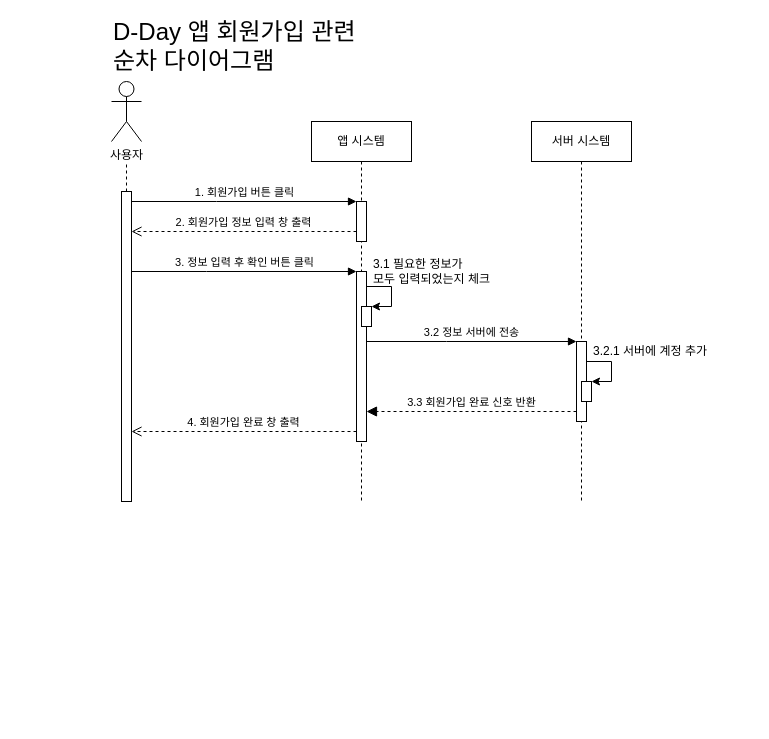
This is sequence diagram - register.drawio from baechuTree/softwareEngineering, a draw.io file, before an edit. Source tidied: cells renumbered, new cells numbered last; positions are measured from the earlier drawing's top-left corner, leaving out a move shared by most shapes. Both pictures are drawn from the tidied source at 100%, with x=0, y=0 at pixel (111, 31).
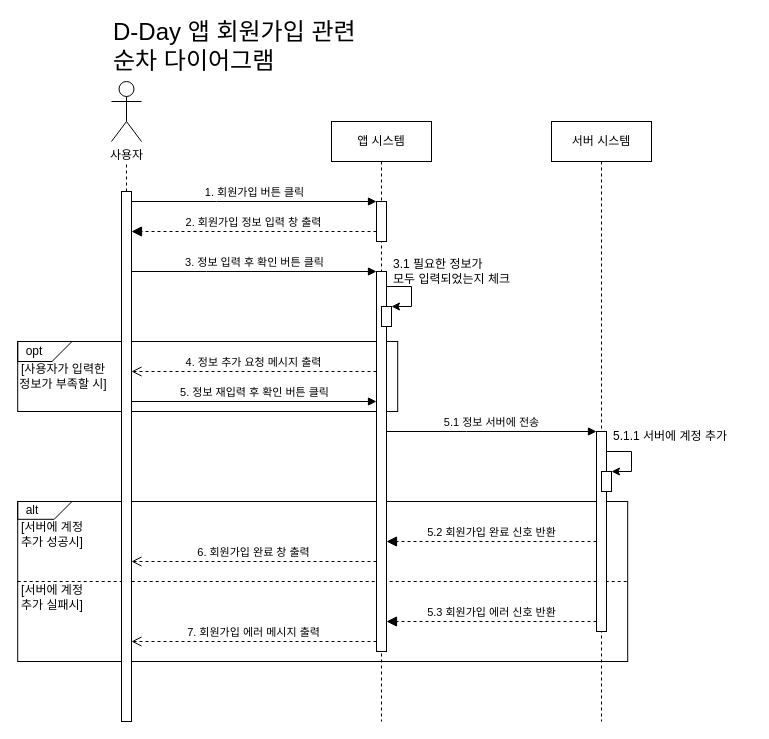
After the change.

Unchanged cells that the change refers to:
```xml
<mxCell id="13" style="html=1;points=[];perimeter=orthogonalPerimeter;outlineConnect=0;targetShapes=umlLifeline;portConstraint=eastwest;newEdgeStyle={&quot;edgeStyle&quot;:&quot;elbowEdgeStyle&quot;,&quot;elbow&quot;:&quot;vertical&quot;,&quot;curved&quot;:0,&quot;rounded&quot;:0};" parent="12" vertex="1">
  <mxGeometry x="45" y="80" width="10" height="40" as="geometry" />
</mxCell>
```

The edit, as a diff of the source:
```diff
@@
+    <mxCell id="23" style="group;" parent="1" vertex="1">
+      <mxGeometry x="-93.8" y="310" width="380" height="70" as="geometry" />
+    </mxCell>
+    <mxCell id="24" style="rounded=0;whiteSpace=wrap;html=1;fillColor=none;" parent="23" vertex="1">
+      <mxGeometry width="380" height="70" as="geometry" />
+    </mxCell>
+    <mxCell id="25" value="&amp;nbsp; opt" style="shape=card;whiteSpace=wrap;html=1;direction=west;size=20;fillColor=none;align=left;" parent="23" vertex="1">
+      <mxGeometry width="54.3" height="20" as="geometry" />
+    </mxCell>
+    <mxCell id="26" value="[사용자가 입력한&lt;div&gt;정보가 부족할 시]&lt;/div&gt;" style="text;html=1;align=center;verticalAlign=middle;whiteSpace=wrap;rounded=0;" parent="23" vertex="1">
+      <mxGeometry y="20" width="92.4" height="30" as="geometry" />
+    </mxCell>
+    <mxCell id="27" style="group;" parent="1" vertex="1">
+      <mxGeometry x="-93.8" y="470" width="610" height="160" as="geometry" />
+    </mxCell>
+    <mxCell id="28" style="rounded=0;whiteSpace=wrap;html=1;fillColor=none;" parent="27" vertex="1">
+      <mxGeometry width="610" height="160" as="geometry" />
+    </mxCell>
+    <mxCell id="29" value="&amp;nbsp; alt" style="shape=card;whiteSpace=wrap;html=1;direction=west;size=20;fillColor=none;align=left;" parent="27" vertex="1">
+      <mxGeometry width="54.3" height="17.8" as="geometry" />
+    </mxCell>
+    <mxCell id="30" value="[서버에 계정&lt;div&gt;&lt;span style=&quot;background-color: transparent; color: light-dark(rgb(0, 0, 0), rgb(255, 255, 255));&quot;&gt;추가 성공시]&lt;/span&gt;&lt;/div&gt;" style="text;html=1;align=center;verticalAlign=middle;whiteSpace=wrap;rounded=0;" parent="27" vertex="1">
+      <mxGeometry y="17.8" width="70" height="31.1" as="geometry" />
+    </mxCell>
+    <mxCell id="31" style="endArrow=none;dashed=1;html=1;rounded=0;exitX=0;exitY=0.5;exitDx=0;exitDy=0;entryX=1;entryY=0.5;entryDx=0;entryDy=0;" parent="27" edge="1" source="28" target="28">
+      <mxGeometry relative="1" as="geometry" />
+    </mxCell>
+    <mxCell id="32" value="[서버에 계정&lt;div&gt;&lt;span style=&quot;background-color: transparent; color: light-dark(rgb(0, 0, 0), rgb(255, 255, 255));&quot;&gt;추가 실패시]&lt;/span&gt;&lt;/div&gt;" style="text;html=1;align=center;verticalAlign=middle;whiteSpace=wrap;rounded=0;" parent="27" vertex="1">
+      <mxGeometry y="80" width="70" height="31.1" as="geometry" />
+    </mxCell>
+    <mxCell id="18" value="서버 시스템" style="shape=umlLifeline;perimeter=lifelinePerimeter;whiteSpace=wrap;html=1;newEdgeStyle={&quot;edgeStyle&quot;:&quot;elbowEdgeStyle&quot;,&quot;elbow&quot;:&quot;vertical&quot;,&quot;curved&quot;:0,&quot;rounded&quot;:0};" parent="1" vertex="1">
+      <mxGeometry x="440" y="90" width="100" height="600" as="geometry" />
+    </mxCell>
@@
-    <mxCell id="3" value="2. 회원가입 정보 입력 창 출력" style="html=1;verticalAlign=bottom;endArrow=open;dashed=1;endSize=8;edgeStyle=elbowEdgeStyle;elbow=vertical;curved=0;rounded=0;" parent="1" edge="1">
+    <mxCell id="3" value="2. 회원가입 정보 입력 창 출력" style="html=1;verticalAlign=bottom;endArrow=block;dashed=1;endSize=8;edgeStyle=elbowEdgeStyle;elbow=vertical;curved=0;rounded=0;endFill=1;" parent="1" edge="1" source="13">
       <mxGeometry relative="1" as="geometry">
-        <mxPoint x="245" y="200" as="sourcePoint" />
         <mxPoint x="20" y="200" as="targetPoint" />
         <Array as="points">
           <mxPoint x="115" y="200" />
         </Array>
       </mxGeometry>
     </mxCell>
@@
     <mxCell id="6" style="html=1;points=[];perimeter=orthogonalPerimeter;outlineConnect=0;targetShapes=umlLifeline;portConstraint=eastwest;newEdgeStyle={&quot;edgeStyle&quot;:&quot;elbowEdgeStyle&quot;,&quot;elbow&quot;:&quot;vertical&quot;,&quot;curved&quot;:0,&quot;rounded&quot;:0};" parent="1" vertex="1">
-      <mxGeometry x="10" y="160" width="10" height="310" as="geometry" />
+      <mxGeometry x="10" y="160" width="10" height="530" as="geometry" />
     </mxCell>
@@
-    <mxCell id="8" value="3. 정보 입력 후 확인 버튼 클릭" style="html=1;verticalAlign=bottom;endArrow=block;edgeStyle=elbowEdgeStyle;elbow=vertical;curved=0;rounded=0;" parent="1" edge="1">
+    <mxCell id="8" value="3. 정보 입력 후 확인 버튼 클릭" style="html=1;verticalAlign=bottom;endArrow=block;edgeStyle=elbowEdgeStyle;elbow=vertical;curved=0;rounded=0;" parent="1" edge="1" target="16">
       <mxGeometry relative="1" as="geometry">
         <mxPoint x="20" y="240" as="sourcePoint" />
-        <mxPoint x="245" y="240" as="targetPoint" />
         <Array as="points">
           <mxPoint x="95" y="240" />
         </Array>
       </mxGeometry>
     </mxCell>
-    <mxCell id="9" value="3.2 정보 서버에 전송" style="html=1;verticalAlign=bottom;endArrow=block;edgeStyle=elbowEdgeStyle;elbow=horizontal;curved=0;rounded=0;" parent="1" edge="1" source="16">
-      <mxGeometry relative="1" as="geometry">
-        <mxPoint x="465" y="310" as="targetPoint" />
-        <Array as="points">
-          <mxPoint x="335" y="310" />
-        </Array>
-      </mxGeometry>
-    </mxCell>
-    <mxCell id="10" value="4. 회원가입 완료 창 출력" style="html=1;verticalAlign=bottom;endArrow=open;dashed=1;endSize=8;edgeStyle=elbowEdgeStyle;elbow=vertical;curved=0;rounded=0;" parent="1" edge="1">
-      <mxGeometry relative="1" as="geometry">
-        <mxPoint x="245" y="400" as="sourcePoint" />
-        <mxPoint x="20" y="400" as="targetPoint" />
-        <Array as="points">
-          <mxPoint x="195" y="400" />
-        </Array>
-      </mxGeometry>
-    </mxCell>
-    <mxCell id="11" value="3.3 회원가입 완료 신호 반환" style="html=1;verticalAlign=bottom;endArrow=block;dashed=1;endSize=8;edgeStyle=elbowEdgeStyle;elbow=vertical;curved=0;rounded=0;endFill=1;" parent="1" edge="1" source="19" target="16">
-      <mxGeometry relative="1" as="geometry">
-        <Array as="points">
-          <mxPoint x="315" y="380" />
-        </Array>
-      </mxGeometry>
-    </mxCell>
     <mxCell id="12" value="앱 시스템" style="shape=umlLifeline;perimeter=lifelinePerimeter;whiteSpace=wrap;html=1;newEdgeStyle={&quot;edgeStyle&quot;:&quot;elbowEdgeStyle&quot;,&quot;elbow&quot;:&quot;vertical&quot;,&quot;curved&quot;:0,&quot;rounded&quot;:0};" parent="1" vertex="1">
-      <mxGeometry x="200" y="90" width="100" height="380" as="geometry" />
+      <mxGeometry x="220" y="90" width="100" height="600" as="geometry" />
     </mxCell>
@@
     <mxCell id="16" style="html=1;points=[];perimeter=orthogonalPerimeter;outlineConnect=0;targetShapes=umlLifeline;portConstraint=eastwest;newEdgeStyle={&quot;edgeStyle&quot;:&quot;elbowEdgeStyle&quot;,&quot;elbow&quot;:&quot;vertical&quot;,&quot;curved&quot;:0,&quot;rounded&quot;:0};" parent="12" vertex="1">
-      <mxGeometry x="45" y="150" width="10" height="170" as="geometry" />
+      <mxGeometry x="45" y="150" width="10" height="380" as="geometry" />
     </mxCell>
@@
-    <mxCell id="18" value="서버 시스템" style="shape=umlLifeline;perimeter=lifelinePerimeter;whiteSpace=wrap;html=1;newEdgeStyle={&quot;edgeStyle&quot;:&quot;elbowEdgeStyle&quot;,&quot;elbow&quot;:&quot;vertical&quot;,&quot;curved&quot;:0,&quot;rounded&quot;:0};" parent="1" vertex="1">
-      <mxGeometry x="420" y="90" width="100" height="380" as="geometry" />
-    </mxCell>
+    <mxCell id="9" value="5.1 정보 서버에 전송" style="html=1;verticalAlign=bottom;endArrow=block;edgeStyle=elbowEdgeStyle;elbow=horizontal;curved=0;rounded=0;" parent="12" edge="1">
+      <mxGeometry relative="1" as="geometry">
+        <mxPoint x="55" y="310" as="sourcePoint" />
+        <mxPoint x="265" y="310" as="targetPoint" />
+        <Array as="points">
+          <mxPoint x="135" y="310" />
+        </Array>
+      </mxGeometry>
+    </mxCell>
+    <mxCell id="11" value="5.2 회원가입 완료 신호 반환" style="html=1;verticalAlign=bottom;endArrow=block;dashed=1;endSize=8;edgeStyle=elbowEdgeStyle;elbow=vertical;curved=0;rounded=0;endFill=1;" parent="12" edge="1">
+      <mxGeometry relative="1" as="geometry">
+        <mxPoint x="265" y="420" as="sourcePoint" />
+        <mxPoint x="55" y="420" as="targetPoint" />
+        <Array as="points">
+          <mxPoint x="115" y="420" />
+        </Array>
+      </mxGeometry>
+    </mxCell>
+    <mxCell id="21" style="endArrow=classic;html=1;rounded=0;edgeStyle=orthogonalEdgeStyle;" parent="12" edge="1" target="22">
+      <mxGeometry relative="1" as="geometry">
+        <mxPoint x="275" y="330" as="sourcePoint" />
+        <Array as="points">
+          <mxPoint x="300" y="330" />
+          <mxPoint x="300" y="350" />
+        </Array>
+      </mxGeometry>
+    </mxCell>
+    <mxCell id="20" value="5.1.1 서버에 계정 추가" style="text;html=1;align=left;verticalAlign=middle;strokeColor=none;fillColor=none;" parent="12" vertex="1">
+      <mxGeometry x="280" y="300" width="140" height="30" as="geometry" />
+    </mxCell>
-    <mxCell id="19" style="html=1;points=[];perimeter=orthogonalPerimeter;outlineConnect=0;targetShapes=umlLifeline;portConstraint=eastwest;newEdgeStyle={&quot;edgeStyle&quot;:&quot;elbowEdgeStyle&quot;,&quot;elbow&quot;:&quot;vertical&quot;,&quot;curved&quot;:0,&quot;rounded&quot;:0};" parent="18" vertex="1">
-      <mxGeometry x="45" y="220" width="10" height="80" as="geometry" />
+    <mxCell id="19" style="html=1;points=[];perimeter=orthogonalPerimeter;outlineConnect=0;targetShapes=umlLifeline;portConstraint=eastwest;newEdgeStyle={&quot;edgeStyle&quot;:&quot;elbowEdgeStyle&quot;,&quot;elbow&quot;:&quot;vertical&quot;,&quot;curved&quot;:0,&quot;rounded&quot;:0};" parent="12" vertex="1">
+      <mxGeometry x="265" y="310" width="10" height="200" as="geometry" />
     </mxCell>
-    <mxCell id="20" value="3.2.1 서버에 계정 추가" style="text;html=1;align=left;verticalAlign=middle;strokeColor=none;fillColor=none;" parent="18" vertex="1">
-      <mxGeometry x="60" y="215" width="140" height="30" as="geometry" />
-    </mxCell>
-    <mxCell id="21" style="endArrow=classic;html=1;rounded=0;edgeStyle=orthogonalEdgeStyle;" parent="18" edge="1" target="22">
-      <mxGeometry relative="1" as="geometry">
-        <mxPoint x="55" y="240" as="sourcePoint" />
-        <Array as="points">
-          <mxPoint x="80" y="240" />
-          <mxPoint x="80" y="260" />
-        </Array>
-      </mxGeometry>
-    </mxCell>
-    <mxCell id="22" style="html=1;points=[];perimeter=orthogonalPerimeter;outlineConnect=0;targetShapes=umlLifeline;portConstraint=eastwest;newEdgeStyle={&quot;edgeStyle&quot;:&quot;elbowEdgeStyle&quot;,&quot;elbow&quot;:&quot;vertical&quot;,&quot;curved&quot;:0,&quot;rounded&quot;:0};" parent="18" vertex="1">
-      <mxGeometry x="50" y="260" width="10" height="20" as="geometry" />
+    <mxCell id="22" style="html=1;points=[];perimeter=orthogonalPerimeter;outlineConnect=0;targetShapes=umlLifeline;portConstraint=eastwest;newEdgeStyle={&quot;edgeStyle&quot;:&quot;elbowEdgeStyle&quot;,&quot;elbow&quot;:&quot;vertical&quot;,&quot;curved&quot;:0,&quot;rounded&quot;:0};" parent="12" vertex="1">
+      <mxGeometry x="270" y="350" width="10" height="20" as="geometry" />
     </mxCell>
+    <mxCell id="33" value="5. 정보 재입력 후 확인 버튼 클릭" style="html=1;verticalAlign=bottom;endArrow=block;edgeStyle=elbowEdgeStyle;elbow=vertical;curved=0;rounded=0;" parent="1" edge="1" source="6" target="16">
+      <mxGeometry relative="1" as="geometry">
+        <Array as="points">
+          <mxPoint x="82.5" y="370" />
+        </Array>
+      </mxGeometry>
+    </mxCell>
+    <mxCell id="34" value="4. 정보 추가 요청 메시지 출력" style="html=1;verticalAlign=bottom;endArrow=open;dashed=1;endSize=8;edgeStyle=elbowEdgeStyle;elbow=vertical;curved=0;rounded=0;endFill=0;" parent="1" edge="1" source="16" target="6">
+      <mxGeometry relative="1" as="geometry">
+        <Array as="points">
+          <mxPoint x="104.8" y="340" />
+        </Array>
+      </mxGeometry>
+    </mxCell>
+    <mxCell id="10" value="6. 회원가입 완료 창 출력" style="html=1;verticalAlign=bottom;endArrow=open;dashed=1;endSize=8;edgeStyle=elbowEdgeStyle;elbow=vertical;curved=0;rounded=0;" parent="1" edge="1">
+      <mxGeometry relative="1" as="geometry">
+        <mxPoint x="265" y="530" as="sourcePoint" />
+        <mxPoint x="20" y="530" as="targetPoint" />
+        <Array as="points">
+          <mxPoint x="250" y="530" />
+        </Array>
+      </mxGeometry>
+    </mxCell>
+    <mxCell id="35" value="5.3 회원가입&amp;nbsp;&lt;span style=&quot;background-color: light-dark(#ffffff, var(--ge-dark-color, #121212)); color: light-dark(rgb(0, 0, 0), rgb(255, 255, 255));&quot;&gt;에러 신호 반환&lt;/span&gt;" style="html=1;verticalAlign=bottom;endArrow=block;dashed=1;endSize=8;edgeStyle=elbowEdgeStyle;elbow=vertical;curved=0;rounded=0;endFill=1;" parent="1" edge="1">
+      <mxGeometry relative="1" as="geometry">
+        <mxPoint x="485" y="590" as="sourcePoint" />
+        <mxPoint x="275" y="590" as="targetPoint" />
+        <Array as="points">
+          <mxPoint x="335" y="590" />
+        </Array>
+      </mxGeometry>
+    </mxCell>
+    <mxCell id="36" value="7. 회원가입&amp;nbsp;&lt;span style=&quot;background-color: light-dark(#ffffff, var(--ge-dark-color, #121212)); color: light-dark(rgb(0, 0, 0), rgb(255, 255, 255));&quot;&gt;에러 메시지 출력&lt;/span&gt;" style="html=1;verticalAlign=bottom;endArrow=open;dashed=1;endSize=8;edgeStyle=elbowEdgeStyle;elbow=vertical;curved=0;rounded=0;" parent="1" edge="1">
+      <mxGeometry relative="1" as="geometry">
+        <mxPoint x="265" y="610" as="sourcePoint" />
+        <mxPoint x="20" y="610" as="targetPoint" />
+        <Array as="points">
+          <mxPoint x="250" y="610" />
+        </Array>
+      </mxGeometry>
+    </mxCell>
```
